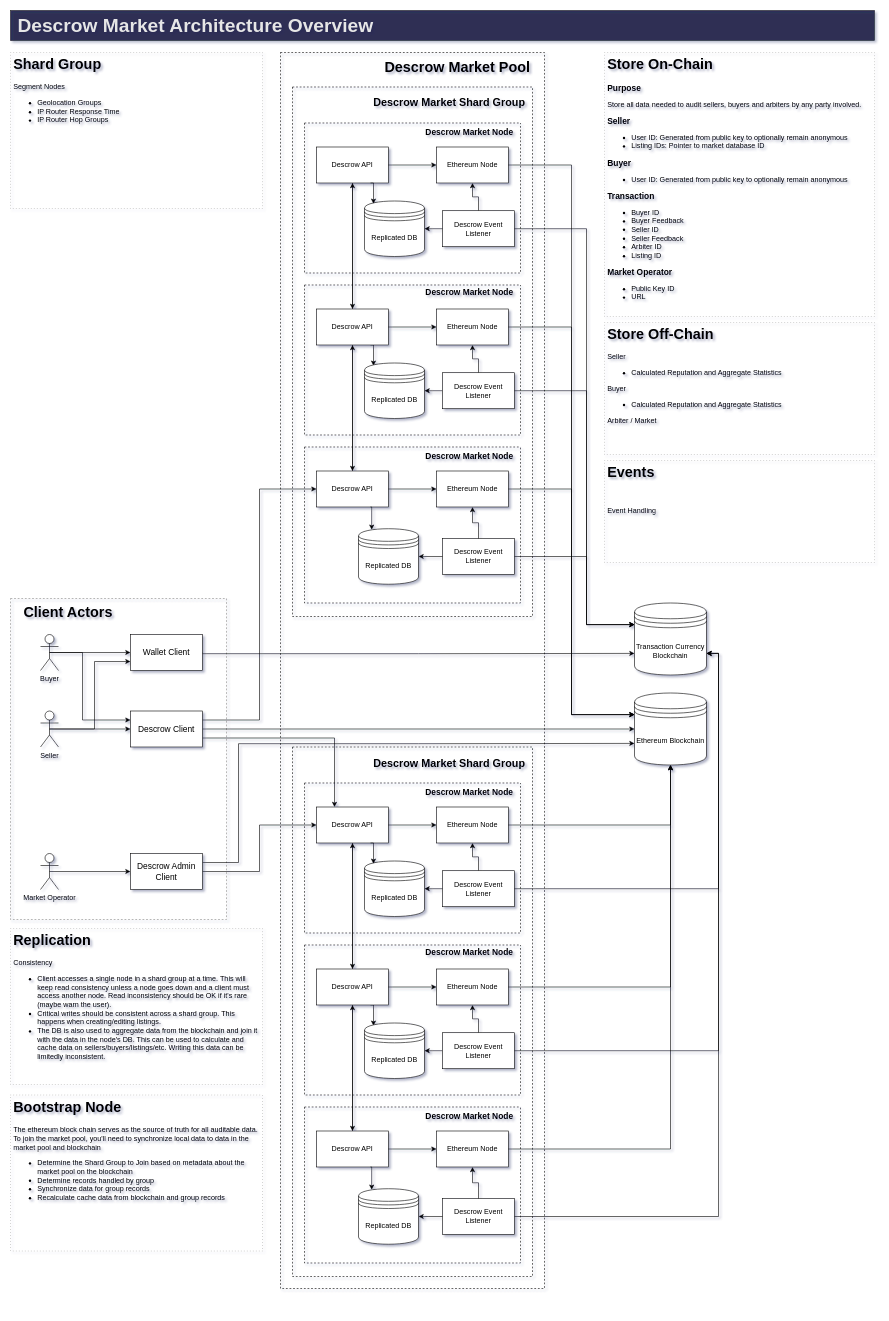
Above: docs/DEscrowMarketArchitecture.drawio in LinkedMink/descrow-market (draw.io), before the change. Source tidied: cells renumbered, new cells numbered last; positions are measured from the earlier drawing's top-left corner, leaving out a move shared by most shapes. Both pictures are drawn from the tidied source at 60%, with x=0, y=0 at pixel (10, 10).
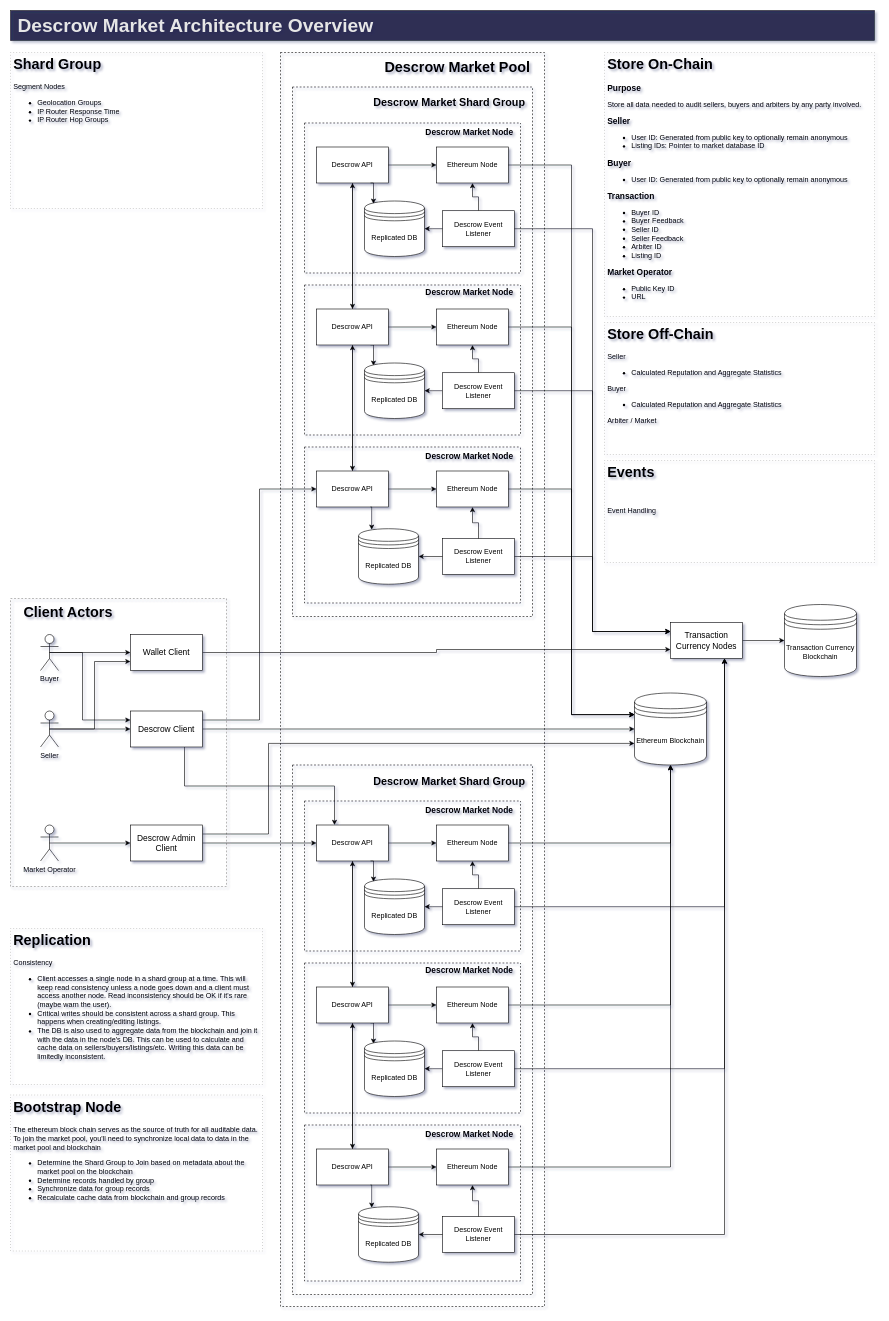
The same page after the edit.

Unchanged cells that the change refers to:
```xml
<mxCell id="5" value="Ethereum Blockchain" style="shape=datastore;whiteSpace=wrap;html=1;" parent="1" vertex="1">
  <mxGeometry x="1040" y="1137.5" width="120" height="120" as="geometry" />
</mxCell>
<mxCell id="17" value="&lt;span style=&quot;font-weight: normal;&quot;&gt;Descrow Client&lt;/span&gt;" style="whiteSpace=wrap;html=1;fontSize=14;fontStyle=1;" parent="1" vertex="1">
  <mxGeometry x="200" y="1167.5" width="120" height="60" as="geometry" />
</mxCell>
<mxCell id="19" value="Descrow API" style="whiteSpace=wrap;html=1;" parent="18" vertex="1">
  <mxGeometry x="20" y="40" width="120" height="60" as="geometry" />
</mxCell>
<mxCell id="26" value="Descrow Event Listener" style="whiteSpace=wrap;html=1;" parent="18" vertex="1">
  <mxGeometry x="230" y="146.2" width="120" height="60" as="geometry" />
</mxCell>
<mxCell id="38" value="Descrow Event Listener" style="whiteSpace=wrap;html=1;" parent="30" vertex="1">
  <mxGeometry x="230" y="146.2" width="120" height="60" as="geometry" />
</mxCell>
<mxCell id="47" value="Descrow Event Listener" style="whiteSpace=wrap;html=1;" parent="40" vertex="1">
  <mxGeometry x="230" y="152.5" width="120" height="60" as="geometry" />
</mxCell>
<mxCell id="52" value="Wallet Client" style="whiteSpace=wrap;html=1;fontSize=14;" parent="1" vertex="1">
  <mxGeometry x="200" y="1040" width="120" height="60" as="geometry" />
</mxCell>
<mxCell id="74" value="Descrow Event Listener" style="whiteSpace=wrap;html=1;" parent="66" vertex="1">
  <mxGeometry x="230" y="146.2" width="120" height="60" as="geometry" />
</mxCell>
<mxCell id="86" value="Descrow Event Listener" style="whiteSpace=wrap;html=1;" parent="77" vertex="1">
  <mxGeometry x="230" y="146.2" width="120" height="60" as="geometry" />
</mxCell>
<mxCell id="94" value="Descrow Event Listener" style="whiteSpace=wrap;html=1;" parent="87" vertex="1">
  <mxGeometry x="230" y="152.5" width="120" height="60" as="geometry" />
</mxCell>
```

What changed in the source:
```diff
@@
     <mxCell id="2" style="whiteSpace=wrap;html=1;dashed=1;fontSize=14;fillColor=none;strokeColor=#878787;" parent="1" vertex="1">
-      <mxGeometry y="980" width="360" height="535" as="geometry" />
+      <mxGeometry y="980" width="360" height="480" as="geometry" />
     </mxCell>
     <mxCell id="3" style="whiteSpace=wrap;html=1;dashed=1;fontSize=14;fillColor=none;strokeColor=#000000;" parent="1" vertex="1">
-      <mxGeometry x="450" y="70" width="440" height="2060" as="geometry" />
+      <mxGeometry x="450" y="70" width="440" height="2090" as="geometry" />
     </mxCell>
     <mxCell id="4" style="whiteSpace=wrap;html=1;dashed=1;fontSize=14;fillColor=none;" parent="1" vertex="1">
-      <mxGeometry x="470" y="1227.5" width="400" height="882.5" as="geometry" />
+      <mxGeometry x="470" y="1257.5" width="400" height="882.5" as="geometry" />
     </mxCell>
@@
-    <mxCell id="15" style="edgeStyle=orthogonalEdgeStyle;jettySize=auto;html=1;exitX=1;exitY=0.75;exitDx=0;exitDy=0;entryX=0.25;entryY=0;entryDx=0;entryDy=0;fontSize=14;rounded=0;" parent="1" edge="1" source="17" target="19">
+    <mxCell id="15" style="edgeStyle=orthogonalEdgeStyle;jettySize=auto;html=1;exitX=0.75;exitY=1;exitDx=0;exitDy=0;entryX=0.25;entryY=0;entryDx=0;entryDy=0;fontSize=14;rounded=0;" parent="1" edge="1" source="17" target="19">
       <mxGeometry relative="1" as="geometry" />
     </mxCell>
@@
     <mxCell id="18" style="swimlane;startSize=0;fontSize=14;dashed=1;fillColor=none;" parent="1" vertex="1">
-      <mxGeometry x="490" y="1287.5" width="360" height="250" as="geometry" />
+      <mxGeometry x="490" y="1317.5" width="360" height="250" as="geometry" />
     </mxCell>
@@
     <mxCell id="29" value="&lt;b style=&quot;font-size: 18px;&quot;&gt;&lt;font style=&quot;font-size: 18px;&quot;&gt;Descrow Market Shard Group&lt;/font&gt;&lt;/b&gt;" style="text;html=1;strokeColor=none;fillColor=none;align=right;verticalAlign=middle;whiteSpace=wrap;fontSize=18;" parent="1" vertex="1">
-      <mxGeometry x="600" y="1240" width="260" height="30" as="geometry" />
+      <mxGeometry x="600" y="1270" width="260" height="30" as="geometry" />
     </mxCell>
     <mxCell id="30" style="swimlane;startSize=0;fontSize=14;dashed=1;fillColor=none;" parent="1" vertex="1">
-      <mxGeometry x="490" y="1557.5" width="360" height="250" as="geometry" />
+      <mxGeometry x="490" y="1587.5" width="360" height="250" as="geometry" />
     </mxCell>
@@
     <mxCell id="40" style="swimlane;startSize=0;fontSize=14;dashed=1;fillColor=none;" parent="1" vertex="1">
-      <mxGeometry x="490" y="1827.5" width="360" height="260" as="geometry" />
+      <mxGeometry x="490" y="1857.5" width="360" height="260" as="geometry" />
     </mxCell>
@@
     <mxCell id="50" value="Transaction Currency Blockchain" style="shape=datastore;whiteSpace=wrap;html=1;" parent="1" vertex="1">
-      <mxGeometry x="1040" y="987.5" width="120" height="120" as="geometry" />
+      <mxGeometry x="1290" y="990" width="120" height="120" as="geometry" />
     </mxCell>
-    <mxCell id="51" style="edgeStyle=orthogonalEdgeStyle;jettySize=auto;html=1;exitX=1;exitY=0.5;exitDx=0;exitDy=0;entryX=0;entryY=0.7;entryDx=0;entryDy=0;fontSize=16;rounded=0;" parent="1" edge="1" source="52" target="50">
-      <mxGeometry relative="1" as="geometry">
-        <Array as="points">
-          <mxPoint x="320" y="1072" />
-          <mxPoint x="680" y="1072" />
-        </Array>
-      </mxGeometry>
-    </mxCell>
+    <mxCell id="116" style="edgeStyle=orthogonalEdgeStyle;rounded=0;jettySize=auto;html=1;exitX=1;exitY=0.5;exitDx=0;exitDy=0;entryX=0;entryY=0.75;entryDx=0;entryDy=0;fontColor=#E6E6E6;" parent="1" edge="1" source="52" target="118">
+      <mxGeometry relative="1" as="geometry" />
+    </mxCell>
@@
     <mxCell id="60" value="Market Operator" style="shape=umlActor;verticalLabelPosition=bottom;verticalAlign=top;html=1;outlineConnect=0;" parent="1" vertex="1">
-      <mxGeometry x="50" y="1405" width="30" height="60" as="geometry" />
+      <mxGeometry x="50" y="1357.5" width="30" height="60" as="geometry" />
     </mxCell>
@@
-    <mxCell id="62" style="edgeStyle=orthogonalEdgeStyle;rounded=0;jettySize=auto;html=1;exitX=1;exitY=0.25;exitDx=0;exitDy=0;entryX=0;entryY=0.7;entryDx=0;entryDy=0;fontSize=32;endArrow=classic;startSize=6;endSize=6;endFill=1;" parent="1" edge="1" source="63" target="5">
+    <mxCell id="62" style="edgeStyle=orthogonalEdgeStyle;rounded=0;jettySize=auto;html=1;exitX=1;exitY=0.25;exitDx=0;exitDy=0;entryX=0;entryY=0.7;entryDx=0;entryDy=0;fontColor=#E6E6E6;" parent="1" edge="1" source="63" target="5">
       <mxGeometry relative="1" as="geometry">
         <Array as="points">
-          <mxPoint x="380" y="1420" />
-          <mxPoint x="380" y="1222" />
-          <mxPoint x="680" y="1222" />
+          <mxPoint x="430" y="1373" />
+          <mxPoint x="430" y="1222" />
         </Array>
       </mxGeometry>
     </mxCell>
     <mxCell id="63" value="Descrow Admin Client" style="whiteSpace=wrap;html=1;fontSize=14;" parent="1" vertex="1">
-      <mxGeometry x="200" y="1405" width="120" height="60" as="geometry" />
+      <mxGeometry x="200" y="1357.5" width="120" height="60" as="geometry" />
     </mxCell>
@@
-    <mxCell id="101" style="edgeStyle=orthogonalEdgeStyle;jettySize=auto;html=1;exitX=1;exitY=0.5;exitDx=0;exitDy=0;rounded=0;entryX=0;entryY=0.3;entryDx=0;entryDy=0;" parent="1" edge="1" source="94" target="50">
-      <mxGeometry relative="1" as="geometry">
-        <Array as="points">
-          <mxPoint x="960" y="910" />
-          <mxPoint x="960" y="1024" />
-        </Array>
-      </mxGeometry>
-    </mxCell>
@@
-    <mxCell id="110" style="edgeStyle=orthogonalEdgeStyle;rounded=0;jettySize=auto;html=1;exitX=1;exitY=0.5;exitDx=0;exitDy=0;entryX=0;entryY=0.3;entryDx=0;entryDy=0;" parent="1" edge="1" source="86" target="50">
-      <mxGeometry relative="1" as="geometry">
-        <Array as="points">
-          <mxPoint x="960" y="634" />
-          <mxPoint x="960" y="1024" />
-        </Array>
-      </mxGeometry>
-    </mxCell>
-    <mxCell id="111" style="edgeStyle=orthogonalEdgeStyle;rounded=0;jettySize=auto;html=1;exitX=1;exitY=0.5;exitDx=0;exitDy=0;entryX=0;entryY=0.3;entryDx=0;entryDy=0;" parent="1" edge="1" source="74" target="50">
-      <mxGeometry relative="1" as="geometry">
-        <Array as="points">
-          <mxPoint x="960" y="364" />
-          <mxPoint x="960" y="1024" />
-        </Array>
-      </mxGeometry>
-    </mxCell>
-    <mxCell id="112" style="edgeStyle=orthogonalEdgeStyle;rounded=0;jettySize=auto;html=1;exitX=1;exitY=0.5;exitDx=0;exitDy=0;entryX=1;entryY=0.7;entryDx=0;entryDy=0;" parent="1" edge="1" source="26" target="50">
+    <mxCell id="112" style="edgeStyle=orthogonalEdgeStyle;rounded=0;jettySize=auto;html=1;exitX=1;exitY=0.5;exitDx=0;exitDy=0;entryX=0.75;entryY=1;entryDx=0;entryDy=0;" parent="1" edge="1" source="26" target="118">
       <mxGeometry relative="1" as="geometry" />
     </mxCell>
-    <mxCell id="113" style="edgeStyle=orthogonalEdgeStyle;rounded=0;jettySize=auto;html=1;exitX=1;exitY=0.5;exitDx=0;exitDy=0;entryX=1;entryY=0.7;entryDx=0;entryDy=0;" parent="1" edge="1" source="38" target="50">
+    <mxCell id="113" style="edgeStyle=orthogonalEdgeStyle;rounded=0;jettySize=auto;html=1;exitX=1;exitY=0.5;exitDx=0;exitDy=0;entryX=0.75;entryY=1;entryDx=0;entryDy=0;" parent="1" edge="1" source="38" target="118">
       <mxGeometry relative="1" as="geometry" />
     </mxCell>
-    <mxCell id="114" style="edgeStyle=orthogonalEdgeStyle;rounded=0;jettySize=auto;html=1;exitX=1;exitY=0.5;exitDx=0;exitDy=0;entryX=1;entryY=0.7;entryDx=0;entryDy=0;" parent="1" edge="1" source="47" target="50">
+    <mxCell id="114" style="edgeStyle=orthogonalEdgeStyle;rounded=0;jettySize=auto;html=1;exitX=1;exitY=0.5;exitDx=0;exitDy=0;entryX=0.75;entryY=1;entryDx=0;entryDy=0;" parent="1" edge="1" source="47" target="118">
       <mxGeometry relative="1" as="geometry" />
     </mxCell>
@@
+    <mxCell id="117" style="edgeStyle=orthogonalEdgeStyle;rounded=0;jettySize=auto;html=1;exitX=1;exitY=0.5;exitDx=0;exitDy=0;entryX=0;entryY=0.5;entryDx=0;entryDy=0;fontColor=#E6E6E6;" parent="1" edge="1" source="118" target="50">
+      <mxGeometry relative="1" as="geometry" />
+    </mxCell>
+    <mxCell id="118" value="Transaction Currency Nodes" style="whiteSpace=wrap;html=1;fontSize=14;" parent="1" vertex="1">
+      <mxGeometry x="1100" y="1020" width="120" height="60" as="geometry" />
+    </mxCell>
+    <mxCell id="119" style="edgeStyle=orthogonalEdgeStyle;rounded=0;jettySize=auto;html=1;exitX=1;exitY=0.5;exitDx=0;exitDy=0;entryX=0;entryY=0.25;entryDx=0;entryDy=0;fontColor=#E6E6E6;" parent="1" edge="1" source="94" target="118">
+      <mxGeometry relative="1" as="geometry" />
+    </mxCell>
+    <mxCell id="120" style="edgeStyle=orthogonalEdgeStyle;rounded=0;jettySize=auto;html=1;exitX=1;exitY=0.5;exitDx=0;exitDy=0;entryX=0;entryY=0.25;entryDx=0;entryDy=0;fontColor=#E6E6E6;" parent="1" edge="1" source="86" target="118">
+      <mxGeometry relative="1" as="geometry" />
+    </mxCell>
+    <mxCell id="121" style="edgeStyle=orthogonalEdgeStyle;rounded=0;jettySize=auto;html=1;exitX=1;exitY=0.5;exitDx=0;exitDy=0;entryX=0;entryY=0.25;entryDx=0;entryDy=0;fontColor=#E6E6E6;" parent="1" edge="1" source="74" target="118">
+      <mxGeometry relative="1" as="geometry" />
+    </mxCell>
```
